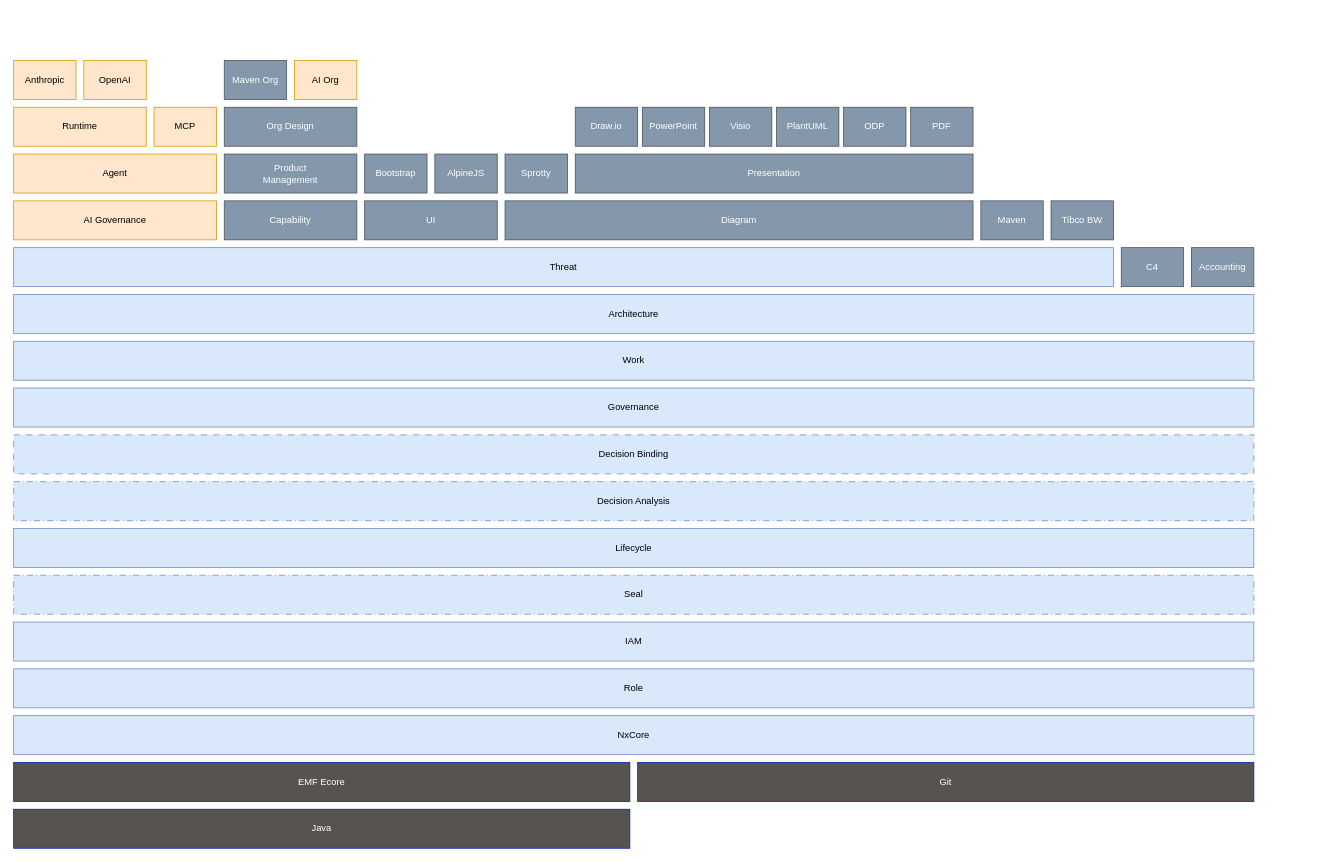
This is model-tower.drawio from Nasdanika/nasdanika.com, a draw.io file, before an edit. Source tidied: cells renumbered, new cells numbered last; positions are measured from the earlier drawing's top-left corner, leaving out a move shared by most shapes. Both pictures are drawn from the tidied source at 78%, with x=0, y=0 at pixel (13, 60).
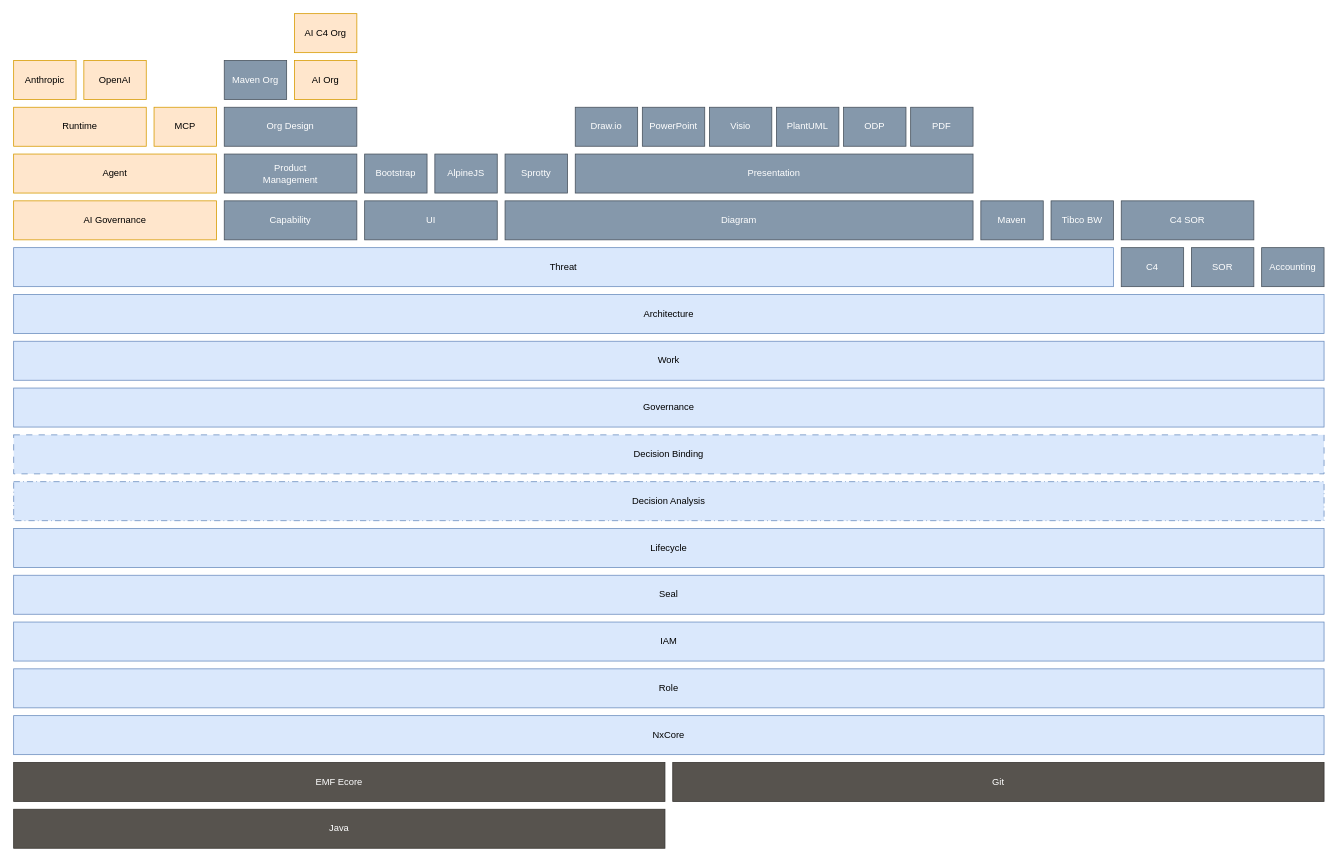
The same page after the edit.

The edit, as a diff of the source:
```diff
@@
     <mxCell id="2" value="NxCore" style="rounded=0;whiteSpace=wrap;html=1;fillColor=#dae8fc;strokeColor=#6c8ebf;" parent="1" vertex="1">
-      <mxGeometry y="840" width="1590" height="50" as="geometry" />
+      <mxGeometry y="840" width="1680" height="50" as="geometry" />
     </mxCell>
     <mxCell id="3" value="Role" style="rounded=0;whiteSpace=wrap;html=1;fillColor=#dae8fc;strokeColor=#6c8ebf;" parent="1" vertex="1">
-      <mxGeometry y="780" width="1590" height="50" as="geometry" />
+      <mxGeometry y="780" width="1680" height="50" as="geometry" />
     </mxCell>
     <mxCell id="4" value="IAM" style="rounded=0;whiteSpace=wrap;html=1;fillColor=#dae8fc;strokeColor=#6c8ebf;" parent="1" vertex="1">
-      <mxGeometry y="720" width="1590" height="50" as="geometry" />
+      <mxGeometry y="720" width="1680" height="50" as="geometry" />
     </mxCell>
     <mxCell id="5" value="Lifecycle" style="rounded=0;whiteSpace=wrap;html=1;fillColor=#dae8fc;strokeColor=#6c8ebf;" parent="1" vertex="1">
-      <mxGeometry y="600" width="1590" height="50" as="geometry" />
+      <mxGeometry y="600" width="1680" height="50" as="geometry" />
     </mxCell>
     <mxCell id="6" value="Decision Analysis" style="rounded=0;whiteSpace=wrap;html=1;dashed=1;dashPattern=8 4 1 4;fillColor=#dae8fc;strokeColor=#6c8ebf;" parent="1" vertex="1">
-      <mxGeometry y="540" width="1590" height="50" as="geometry" />
+      <mxGeometry y="540" width="1680" height="50" as="geometry" />
     </mxCell>
     <mxCell id="7" value="Decision Binding" style="rounded=0;whiteSpace=wrap;html=1;dashed=1;dashPattern=8 8;fillColor=#dae8fc;strokeColor=#6c8ebf;" parent="1" vertex="1">
-      <mxGeometry y="480" width="1590" height="50" as="geometry" />
+      <mxGeometry y="480" width="1680" height="50" as="geometry" />
     </mxCell>
     <mxCell id="8" value="Governance" style="rounded=0;whiteSpace=wrap;html=1;fillColor=#dae8fc;strokeColor=#6c8ebf;" parent="1" vertex="1">
-      <mxGeometry y="420" width="1590" height="50" as="geometry" />
+      <mxGeometry y="420" width="1680" height="50" as="geometry" />
     </mxCell>
     <mxCell id="9" value="Work" style="rounded=0;whiteSpace=wrap;html=1;fillColor=#dae8fc;strokeColor=#6c8ebf;" parent="1" vertex="1">
-      <mxGeometry y="360" width="1590" height="50" as="geometry" />
+      <mxGeometry y="360" width="1680" height="50" as="geometry" />
     </mxCell>
     <mxCell id="10" value="Architecture" style="rounded=0;whiteSpace=wrap;html=1;fillColor=#dae8fc;strokeColor=#6c8ebf;" parent="1" vertex="1">
-      <mxGeometry y="300" width="1590" height="50" as="geometry" />
+      <mxGeometry y="300" width="1680" height="50" as="geometry" />
     </mxCell>
@@
-    <mxCell id="33" value="Git" style="rounded=0;whiteSpace=wrap;html=1;fillColor=#57534E;fontColor=#ffffff;strokeColor=#001DBC;" parent="1" vertex="1">
-      <mxGeometry x="800" y="900" width="790" height="50" as="geometry" />
+    <mxCell id="33" value="Git" style="rounded=0;whiteSpace=wrap;html=1;fillColor=#57534E;fontColor=#ffffff;strokeColor=#363330;" parent="1" vertex="1">
+      <mxGeometry x="845" y="900" width="835" height="50" as="geometry" />
     </mxCell>
-    <mxCell id="34" value="Seal" style="rounded=0;whiteSpace=wrap;html=1;dashed=1;dashPattern=8 4 1 4;fillColor=#dae8fc;strokeColor=#6c8ebf;" parent="1" vertex="1">
-      <mxGeometry y="660" width="1590" height="50" as="geometry" />
+    <mxCell id="34" value="Seal" style="rounded=0;whiteSpace=wrap;html=1;fillColor=#dae8fc;strokeColor=#6c8ebf;" parent="1" vertex="1">
+      <mxGeometry y="660" width="1680" height="50" as="geometry" />
     </mxCell>
@@
-    <mxCell id="38" value="EMF Ecore" style="rounded=0;whiteSpace=wrap;html=1;fillColor=#57534E;fontColor=#ffffff;strokeColor=#001DBC;" parent="1" vertex="1">
-      <mxGeometry y="900" width="790" height="50" as="geometry" />
+    <mxCell id="38" value="EMF Ecore" style="rounded=0;whiteSpace=wrap;html=1;fillColor=#57534E;fontColor=#ffffff;strokeColor=#363330;" parent="1" vertex="1">
+      <mxGeometry y="900" width="835" height="50" as="geometry" />
     </mxCell>
-    <mxCell id="39" value="Java" style="rounded=0;whiteSpace=wrap;html=1;fillColor=#57534E;fontColor=#ffffff;strokeColor=#001DBC;" parent="1" vertex="1">
-      <mxGeometry y="960" width="790" height="50" as="geometry" />
+    <mxCell id="39" value="Java" style="rounded=0;whiteSpace=wrap;html=1;fillColor=#57534E;fontColor=#ffffff;strokeColor=#363330;" parent="1" vertex="1">
+      <mxGeometry y="960" width="835" height="50" as="geometry" />
     </mxCell>
@@
-    <mxCell id="42" value="Accounting" style="rounded=0;whiteSpace=wrap;html=1;fillColor=#8598AB;strokeColor=#47515C;fontColor=#FFFFFF;" parent="1" vertex="1">
+    <mxCell id="42" value="SOR" style="rounded=0;whiteSpace=wrap;html=1;fillColor=#8598AB;strokeColor=#47515C;fontColor=#FFFFFF;" parent="1" vertex="1">
       <mxGeometry x="1510" y="240" width="80" height="50" as="geometry" />
     </mxCell>
+    <mxCell id="43" value="AI C4&amp;nbsp;&lt;span style=&quot;background-color: transparent; color: light-dark(rgb(0, 0, 0), rgb(255, 255, 255));&quot;&gt;Org&lt;/span&gt;" style="rounded=0;whiteSpace=wrap;html=1;fillColor=#ffe6cc;strokeColor=#d79b00;" parent="1" vertex="1">
+      <mxGeometry x="360" y="-60" width="80" height="50" as="geometry" />
+    </mxCell>
+    <mxCell id="44" value="Accounting" style="rounded=0;whiteSpace=wrap;html=1;fillColor=#8598AB;strokeColor=#47515C;fontColor=#FFFFFF;" parent="1" vertex="1">
+      <mxGeometry x="1600" y="240" width="80" height="50" as="geometry" />
+    </mxCell>
+    <mxCell id="45" value="C4 SOR" style="rounded=0;whiteSpace=wrap;html=1;fillColor=#8598AB;strokeColor=#47515C;fontColor=#FFFFFF;" parent="1" vertex="1">
+      <mxGeometry x="1420" y="180" width="170" height="50" as="geometry" />
+    </mxCell>
```
